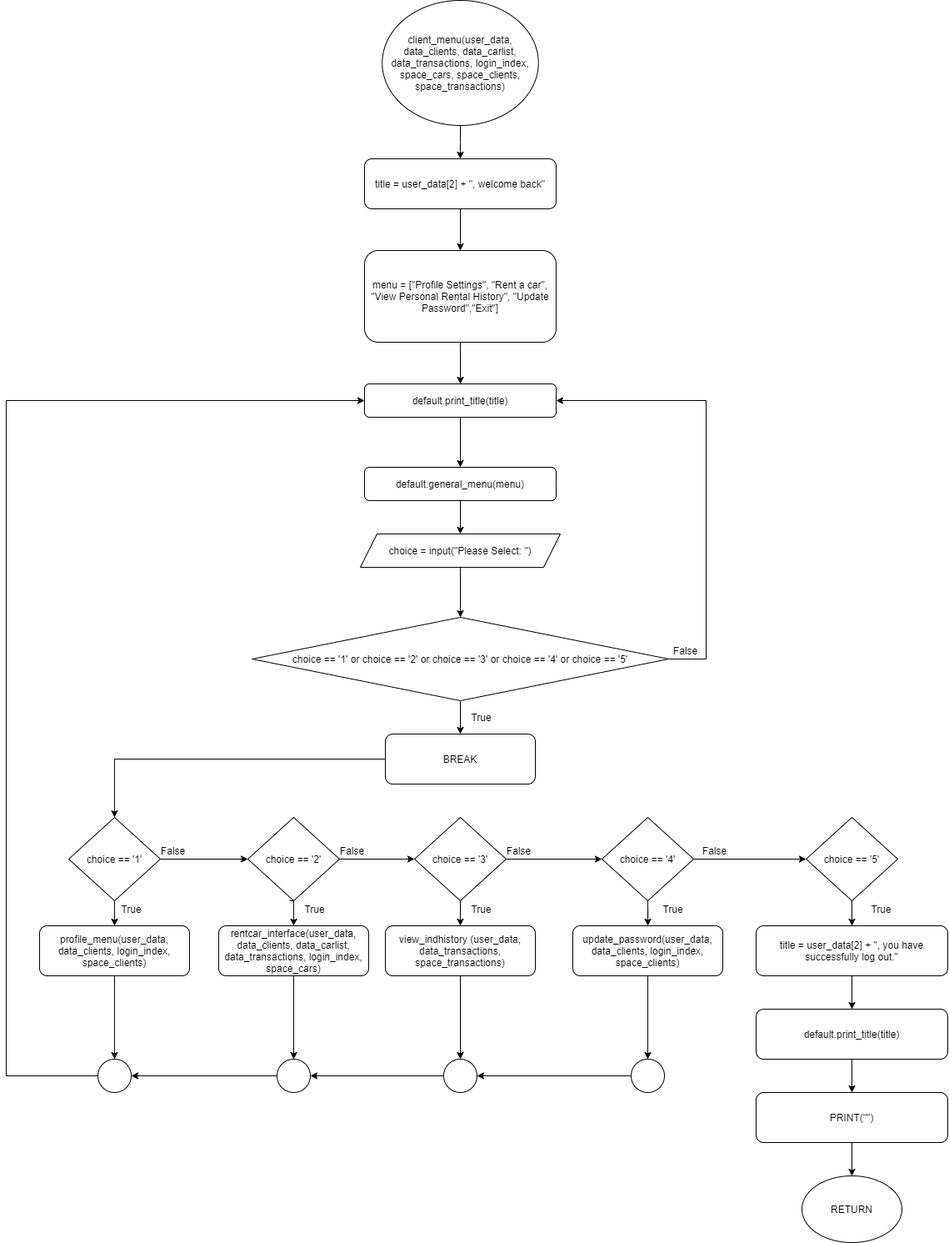
Earlier version of the draw.io export Flowchart/clients/client_menu.png (RabbitBear00/Car-Rental-System). Source tidied: cells renumbered, new cells last; positions are measured from the earlier drawing's top-left corner, leaving out a move shared by most shapes.
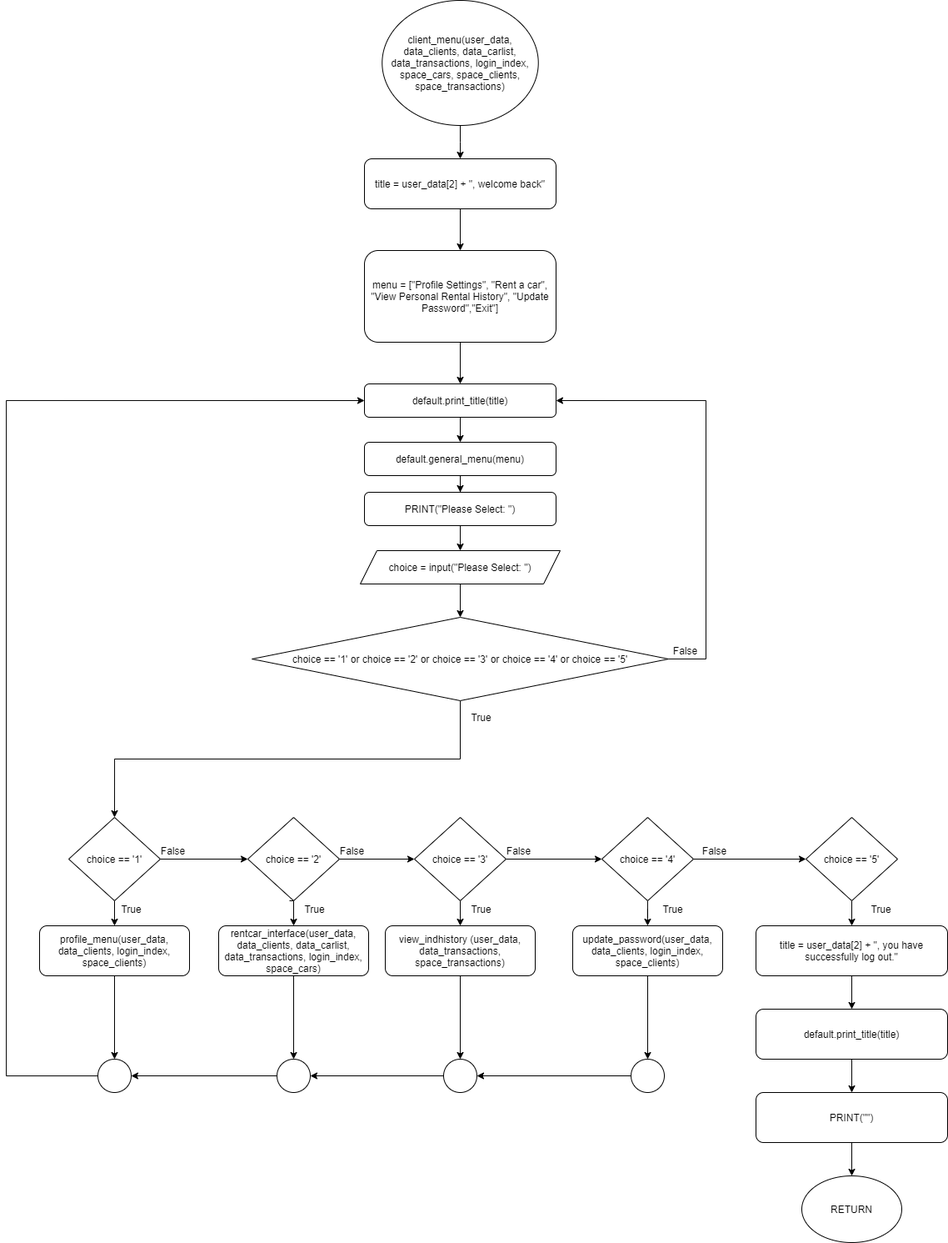
The same file after the commit.

What changed in the source:
```diff
@@ -86,7 +86,7 @@
     <mxCell id="28" value="choice == '4'" style="rhombus;whiteSpace=wrap;html=1;" parent="1" vertex="1">
       <mxGeometry x="715" y="980" width="110" height="100" as="geometry" />
     </mxCell>
-    <mxCell id="29" style="edgeStyle=orthogonalEdgeStyle;rounded=0;jettySize=auto;html=1;" parent="1" edge="1" source="31" target="41">
+    <mxCell id="29" style="edgeStyle=orthogonalEdgeStyle;rounded=0;jettySize=auto;html=1;entryX=0.5;entryY=0;entryDx=0;entryDy=0;exitX=0.5;exitY=1;exitDx=0;exitDy=0;" parent="1" edge="1" source="31" target="19">
       <mxGeometry relative="1" as="geometry" />
     </mxCell>
     <mxCell id="30" style="edgeStyle=orthogonalEdgeStyle;rounded=0;jettySize=auto;html=1;entryX=1;entryY=0.5;entryDx=0;entryDy=0;" parent="1" edge="1" source="31" target="43">
@@ -124,23 +124,17 @@
     <mxCell id="39" value="update_password(user_data, data_clients, login_index, space_clients)" style="rounded=1;whiteSpace=wrap;html=1;" parent="1" vertex="1">
       <mxGeometry x="680" y="1110" width="180" height="60" as="geometry" />
     </mxCell>
-    <mxCell id="40" style="edgeStyle=orthogonalEdgeStyle;rounded=0;jettySize=auto;html=1;exitX=0;exitY=0.5;exitDx=0;exitDy=0;" parent="1" edge="1" source="41" target="19">
-      <mxGeometry relative="1" as="geometry" />
-    </mxCell>
-    <mxCell id="41" value="BREAK" style="rounded=1;whiteSpace=wrap;html=1;" parent="1" vertex="1">
-      <mxGeometry x="455" y="880" width="180" height="60" as="geometry" />
-    </mxCell>
     <mxCell id="42" style="edgeStyle=orthogonalEdgeStyle;rounded=0;jettySize=auto;html=1;" parent="1" edge="1" source="43" target="45">
       <mxGeometry relative="1" as="geometry" />
     </mxCell>
     <mxCell id="43" value="default.print_title(title)" style="rounded=1;whiteSpace=wrap;html=1;" parent="1" vertex="1">
       <mxGeometry x="430" y="460" width="230" height="40" as="geometry" />
     </mxCell>
-    <mxCell id="44" style="edgeStyle=orthogonalEdgeStyle;rounded=0;jettySize=auto;html=1;startArrow=none;startFill=0;endArrow=classic;endFill=1;" parent="1" edge="1" source="45" target="66">
-      <mxGeometry relative="1" as="geometry" />
-    </mxCell>
+    <mxCell id="67" style="edgeStyle=orthogonalEdgeStyle;rounded=0;jettySize=auto;html=1;startArrow=none;startFill=0;endArrow=classic;endFill=1;" parent="1" edge="1" source="45" target="69">
+      <mxGeometry relative="1" as="geometry" />
+    </mxCell>
     <mxCell id="45" value="default.general_menu(menu)" style="rounded=1;whiteSpace=wrap;html=1;" parent="1" vertex="1">
-      <mxGeometry x="430" y="560" width="230" height="40" as="geometry" />
+      <mxGeometry x="430" y="530" width="230" height="40" as="geometry" />
     </mxCell>
     <mxCell id="46" style="edgeStyle=orthogonalEdgeStyle;rounded=0;jettySize=auto;html=1;entryX=0;entryY=0.5;entryDx=0;entryDy=0;startArrow=none;startFill=0;endArrow=classic;endFill=1;" parent="1" edge="1" source="47" target="43">
       <mxGeometry relative="1" as="geometry">
@@ -208,7 +202,13 @@
       <mxGeometry relative="1" as="geometry" />
     </mxCell>
     <mxCell id="66" value="choice = input(&quot;Please Select: &quot;)" style="shape=parallelogram;perimeter=parallelogramPerimeter;whiteSpace=wrap;html=1;fixedSize=1;" parent="1" vertex="1">
-      <mxGeometry x="425" y="640" width="240" height="40" as="geometry" />
+      <mxGeometry x="425" y="660" width="240" height="40" as="geometry" />
     </mxCell>
+    <mxCell id="68" style="edgeStyle=orthogonalEdgeStyle;rounded=0;jettySize=auto;html=1;startArrow=none;startFill=0;endArrow=classic;endFill=1;" parent="1" edge="1" source="69" target="66">
+      <mxGeometry relative="1" as="geometry" />
+    </mxCell>
+    <mxCell id="69" value="PRINT(&quot;Please Select: &quot;)" style="rounded=1;whiteSpace=wrap;html=1;" parent="1" vertex="1">
+      <mxGeometry x="430" y="590" width="230" height="40" as="geometry" />
+    </mxCell>
   </root>
 </mxGraphModel>
```
